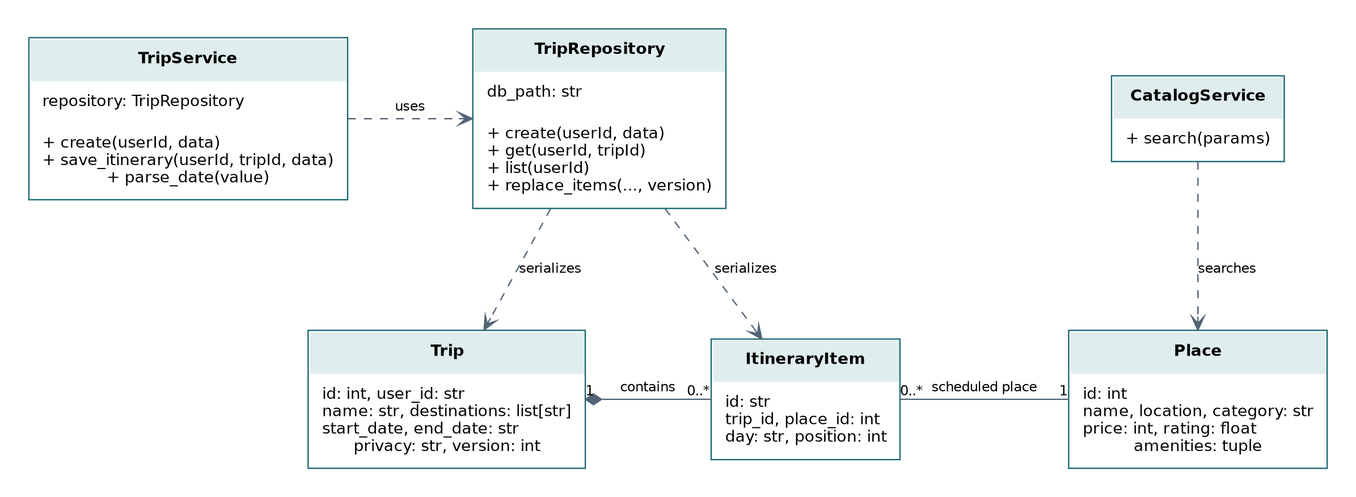
The Graphviz diagram modules/trip-planning/docs/design_classes.png in ArshiyaFathimaAK/Hermes, before a commit. Its source is kept beside it as modules/trip-planning/docs/design_classes.dot.
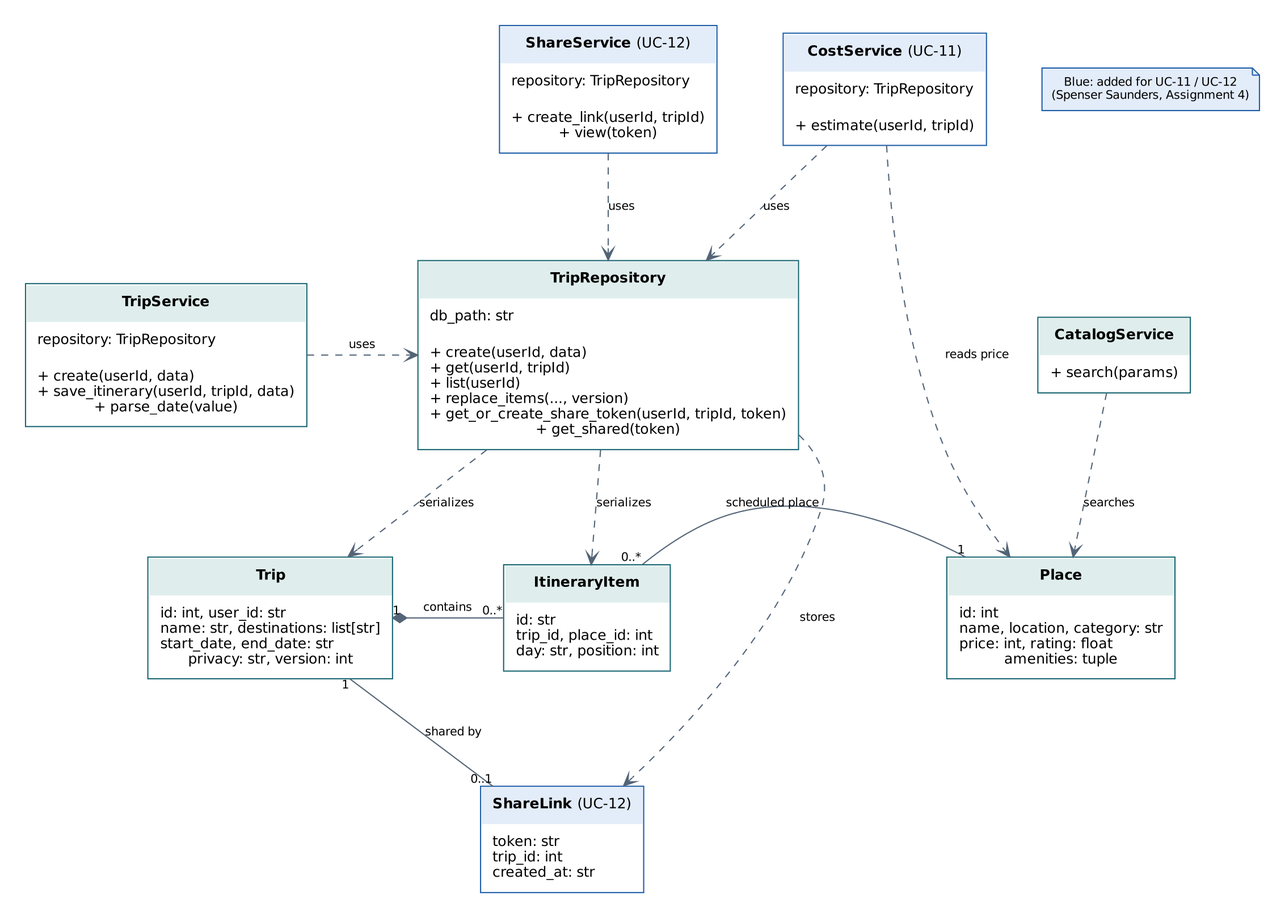
Above is the later version.

Change to the diagram source:
```diff
@@ -4,7 +4,7 @@
 edge [fontname="DejaVu Sans",fontsize=10,color="#536477"];
 CatalogService [label=<<TABLE BORDER="1" CELLBORDER="0" CELLSPACING="0" CELLPADDING="9" COLOR="#196773"><TR><TD BGCOLOR="#dfeeed"><B>CatalogService</B></TD></TR><TR><TD ALIGN="LEFT">+ search(params)</TD></TR></TABLE>>];
 TripService [label=<<TABLE BORDER="1" CELLBORDER="0" CELLSPACING="0" CELLPADDING="9" COLOR="#196773"><TR><TD BGCOLOR="#dfeeed"><B>TripService</B></TD></TR><TR><TD ALIGN="LEFT">repository: TripRepository</TD></TR><TR><TD ALIGN="LEFT">+ create(userId, data)<BR ALIGN="LEFT"/>+ save_itinerary(userId, tripId, data)<BR ALIGN="LEFT"/>+ parse_date(value)</TD></TR></TABLE>>];
-TripRepository [label=<<TABLE BORDER="1" CELLBORDER="0" CELLSPACING="0" CELLPADDING="9" COLOR="#196773"><TR><TD BGCOLOR="#dfeeed"><B>TripRepository</B></TD></TR><TR><TD ALIGN="LEFT">db_path: str</TD></TR><TR><TD ALIGN="LEFT">+ create(userId, data)<BR ALIGN="LEFT"/>+ get(userId, tripId)<BR ALIGN="LEFT"/>+ list(userId)<BR ALIGN="LEFT"/>+ replace_items(..., version)</TD></TR></TABLE>>];
+TripRepository [label=<<TABLE BORDER="1" CELLBORDER="0" CELLSPACING="0" CELLPADDING="9" COLOR="#196773"><TR><TD BGCOLOR="#dfeeed"><B>TripRepository</B></TD></TR><TR><TD ALIGN="LEFT">db_path: str</TD></TR><TR><TD ALIGN="LEFT">+ create(userId, data)<BR ALIGN="LEFT"/>+ get(userId, tripId)<BR ALIGN="LEFT"/>+ list(userId)<BR ALIGN="LEFT"/>+ replace_items(..., version)<BR ALIGN="LEFT"/>+ get_or_create_share_token(userId, tripId, token)<BR ALIGN="LEFT"/>+ get_shared(token)</TD></TR></TABLE>>];
 Place [label=<<TABLE BORDER="1" CELLBORDER="0" CELLSPACING="0" CELLPADDING="9" COLOR="#196773"><TR><TD BGCOLOR="#dfeeed"><B>Place</B></TD></TR><TR><TD ALIGN="LEFT">id: int<BR ALIGN="LEFT"/>name, location, category: str<BR ALIGN="LEFT"/>price: int, rating: float<BR ALIGN="LEFT"/>amenities: tuple</TD></TR></TABLE>>];
 ItineraryItem [label=<<TABLE BORDER="1" CELLBORDER="0" CELLSPACING="0" CELLPADDING="9" COLOR="#196773"><TR><TD BGCOLOR="#dfeeed"><B>ItineraryItem</B></TD></TR><TR><TD ALIGN="LEFT">id: str<BR ALIGN="LEFT"/>trip_id, place_id: int<BR ALIGN="LEFT"/>day: str, position: int</TD></TR></TABLE>>];
 Trip [label=<<TABLE BORDER="1" CELLBORDER="0" CELLSPACING="0" CELLPADDING="9" COLOR="#196773"><TR><TD BGCOLOR="#dfeeed"><B>Trip</B></TD></TR><TR><TD ALIGN="LEFT">id: int, user_id: str<BR ALIGN="LEFT"/>name: str, destinations: list[str]<BR ALIGN="LEFT"/>start_date, end_date: str<BR ALIGN="LEFT"/>privacy: str, version: int</TD></TR></TABLE>>];
@@ -16,4 +16,14 @@
 TripRepository -> ItineraryItem [style=dashed,label="serializes",arrowhead=open];
 Trip -> ItineraryItem [dir=both,arrowtail=diamond,arrowhead=none,taillabel="1",headlabel="0..*",label="contains"];
 ItineraryItem -> Place [dir=none,taillabel="0..*",headlabel="1",label="scheduled place"];
+CostService [label=<<TABLE BORDER="1" CELLBORDER="0" CELLSPACING="0" CELLPADDING="9" COLOR="#1F5FA8"><TR><TD BGCOLOR="#e3ecf9"><B>CostService</B> (UC-11)</TD></TR><TR><TD ALIGN="LEFT">repository: TripRepository</TD></TR><TR><TD ALIGN="LEFT">+ estimate(userId, tripId)</TD></TR></TABLE>>];
+ShareService [label=<<TABLE BORDER="1" CELLBORDER="0" CELLSPACING="0" CELLPADDING="9" COLOR="#1F5FA8"><TR><TD BGCOLOR="#e3ecf9"><B>ShareService</B> (UC-12)</TD></TR><TR><TD ALIGN="LEFT">repository: TripRepository</TD></TR><TR><TD ALIGN="LEFT">+ create_link(userId, tripId)<BR ALIGN="LEFT"/>+ view(token)</TD></TR></TABLE>>];
+ShareLink [label=<<TABLE BORDER="1" CELLBORDER="0" CELLSPACING="0" CELLPADDING="9" COLOR="#1F5FA8"><TR><TD BGCOLOR="#e3ecf9"><B>ShareLink</B> (UC-12)</TD></TR><TR><TD ALIGN="LEFT">token: str<BR ALIGN="LEFT"/>trip_id: int<BR ALIGN="LEFT"/>created_at: str</TD></TR></TABLE>>];
+Legend [shape=note,style=filled,fillcolor="#e3ecf9",color="#1F5FA8",fontsize=10,label="Blue: added for UC-11 / UC-12\n(Spenser Saunders, Assignment 4)"];
+{rank=same; CostService; ShareService; Legend;}
+CostService -> TripRepository [style=dashed,label="uses",arrowhead=open];
+ShareService -> TripRepository [style=dashed,label="uses",arrowhead=open];
+CostService -> Place [style=dashed,label="reads price",arrowhead=open];
+Trip -> ShareLink [dir=none,taillabel="1",headlabel="0..1",label="shared by"];
+TripRepository -> ShareLink [style=dashed,label="stores",arrowhead=open];
 }
```
